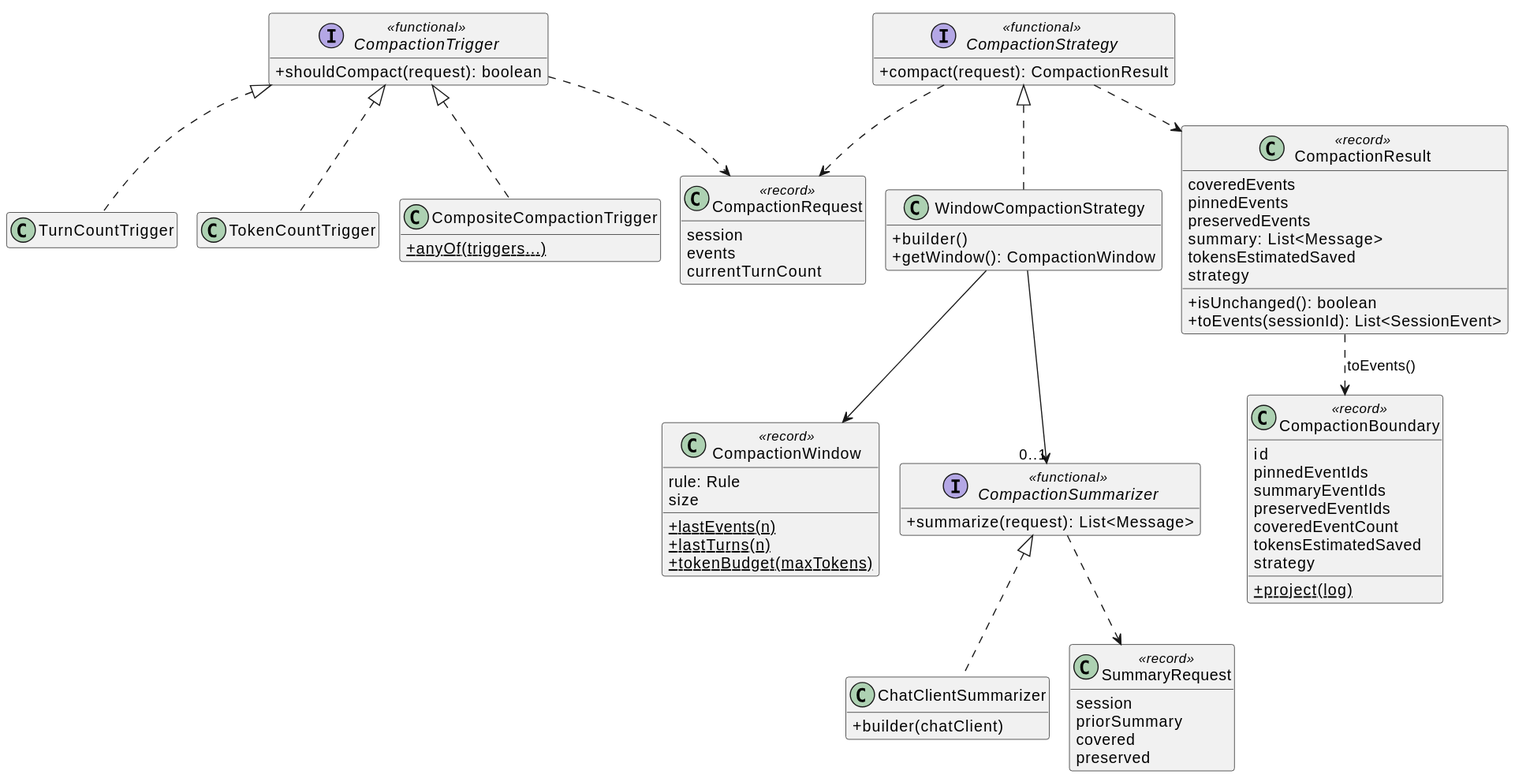
This is spring-ai-docs/src/main/antora/modules/ROOT/images/session/session-compaction-classes.svg from spring-projects/spring-ai, a PlantUML export, as it was before one commit. Source of this version:
```plantuml
@startuml
!pragma layout smetana
skinparam shadowing false
skinparam classAttributeIconSize 0
skinparam linetype ortho
hide empty members

interface CompactionTrigger <<functional>> {
  +shouldCompact(request): boolean
}
class TurnCountTrigger
class TokenCountTrigger
class CompositeCompactionTrigger {
  {static} +anyOf(triggers...)
}
interface CompactionStrategy <<functional>> {
  +compact(request): CompactionResult
}
class WindowCompactionStrategy {
  +builder()
  +getWindow(): CompactionWindow
}
class CompactionWindow <<record>> {
  rule: Rule
  size
  {static} +lastEvents(n)
  {static} +lastTurns(n)
  {static} +tokenBudget(maxTokens)
}
interface CompactionSummarizer <<functional>> {
  +summarize(request): List<Message>
}
class ChatClientSummarizer {
  +builder(chatClient)
}
class SummaryRequest <<record>> {
  session
  priorSummary
  covered
  preserved
}
class CompactionRequest <<record>> {
  session
  events
  currentTurnCount
}
class CompactionResult <<record>> {
  coveredEvents
  pinnedEvents
  preservedEvents
  summary: List<Message>
  tokensEstimatedSaved
  strategy
  +isUnchanged(): boolean
  +toEvents(sessionId): List<SessionEvent>
}
class CompactionBoundary <<record>> {
  id
  pinnedEventIds
  summaryEventIds
  preservedEventIds
  coveredEventCount
  tokensEstimatedSaved
  strategy
  {static} +project(log)
}

CompactionTrigger <|.. TurnCountTrigger
CompactionTrigger <|.. TokenCountTrigger
CompactionTrigger <|.. CompositeCompactionTrigger
CompactionStrategy <|.. WindowCompactionStrategy
WindowCompactionStrategy --> CompactionWindow
WindowCompactionStrategy --> "0..1" CompactionSummarizer
CompactionSummarizer <|.. ChatClientSummarizer
CompactionSummarizer ..> SummaryRequest
CompactionTrigger ..> CompactionRequest
CompactionStrategy ..> CompactionRequest
CompactionStrategy ..> CompactionResult
CompactionResult ..> CompactionBoundary : toEvents()
@enduml
```
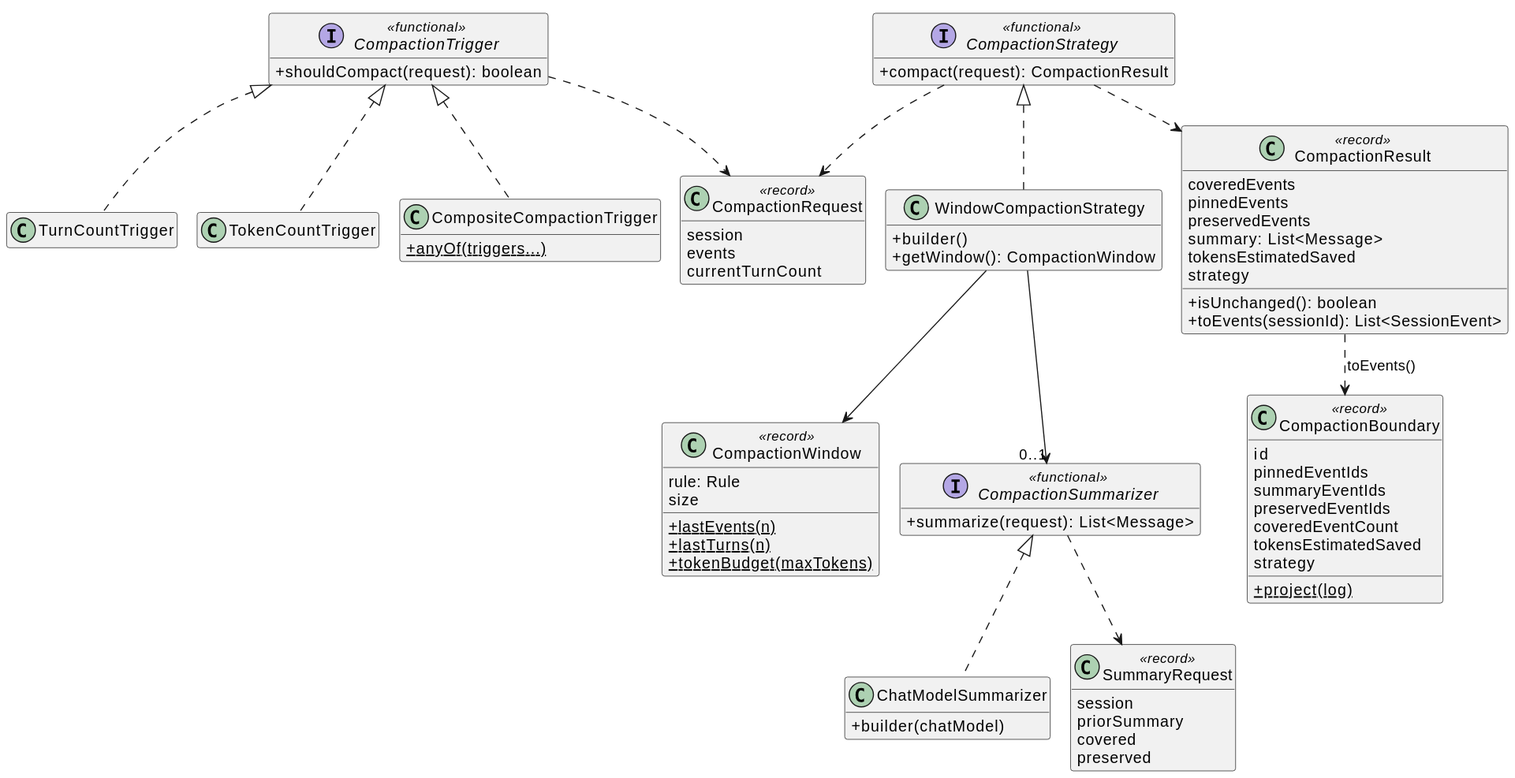
After the change.

Change to the diagram source:
```diff
@@ -30,8 +30,8 @@
 interface CompactionSummarizer <<functional>> {
   +summarize(request): List<Message>
 }
-class ChatClientSummarizer {
-  +builder(chatClient)
+class ChatModelSummarizer {
+  +builder(chatModel)
 }
 class SummaryRequest <<record>> {
   session
@@ -71,7 +71,7 @@
 CompactionStrategy <|.. WindowCompactionStrategy
 WindowCompactionStrategy --> CompactionWindow
 WindowCompactionStrategy --> "0..1" CompactionSummarizer
-CompactionSummarizer <|.. ChatClientSummarizer
+CompactionSummarizer <|.. ChatModelSummarizer
 CompactionSummarizer ..> SummaryRequest
 CompactionTrigger ..> CompactionRequest
 CompactionStrategy ..> CompactionRequest
```
